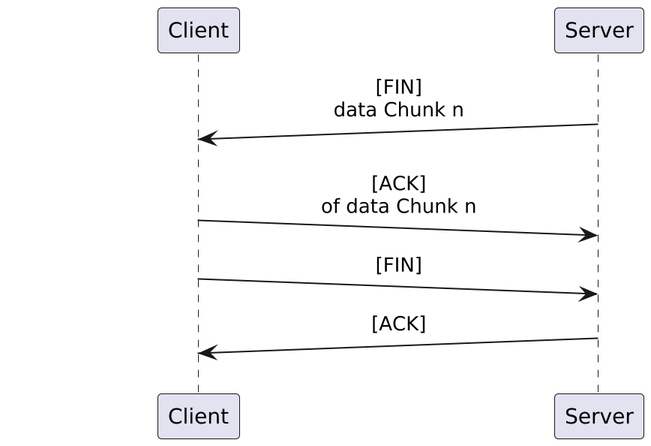
Before: docs/imgs/upload.png, a diagram exported from PlantUML (TheUDPs/TP1-Redes).
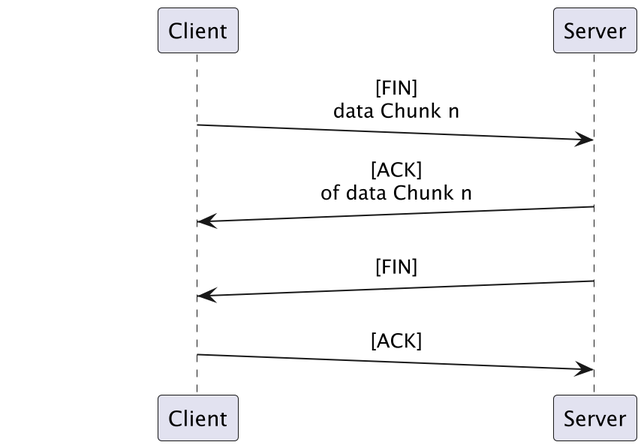
After the commit.

Change to the diagram source:
```diff
@@ -5,8 +5,9 @@
 participant Client
 participant Server
 
-Server ->(10) Client : [FIN]\ndata Chunk n
-Client ->(10) Server : [ACK]\nof data Chunk n
-Client ->(10) Server : [FIN]
-Server ->(10) Client : [ACK]
+Client ->(10) Server : [FIN]\ndata Chunk n
+Server ->(10) Client : [ACK]\nof data Chunk n
+Server ->(10) Client : [FIN]
+Client ->(10) Server : [ACK]
+
 @enduml
```
